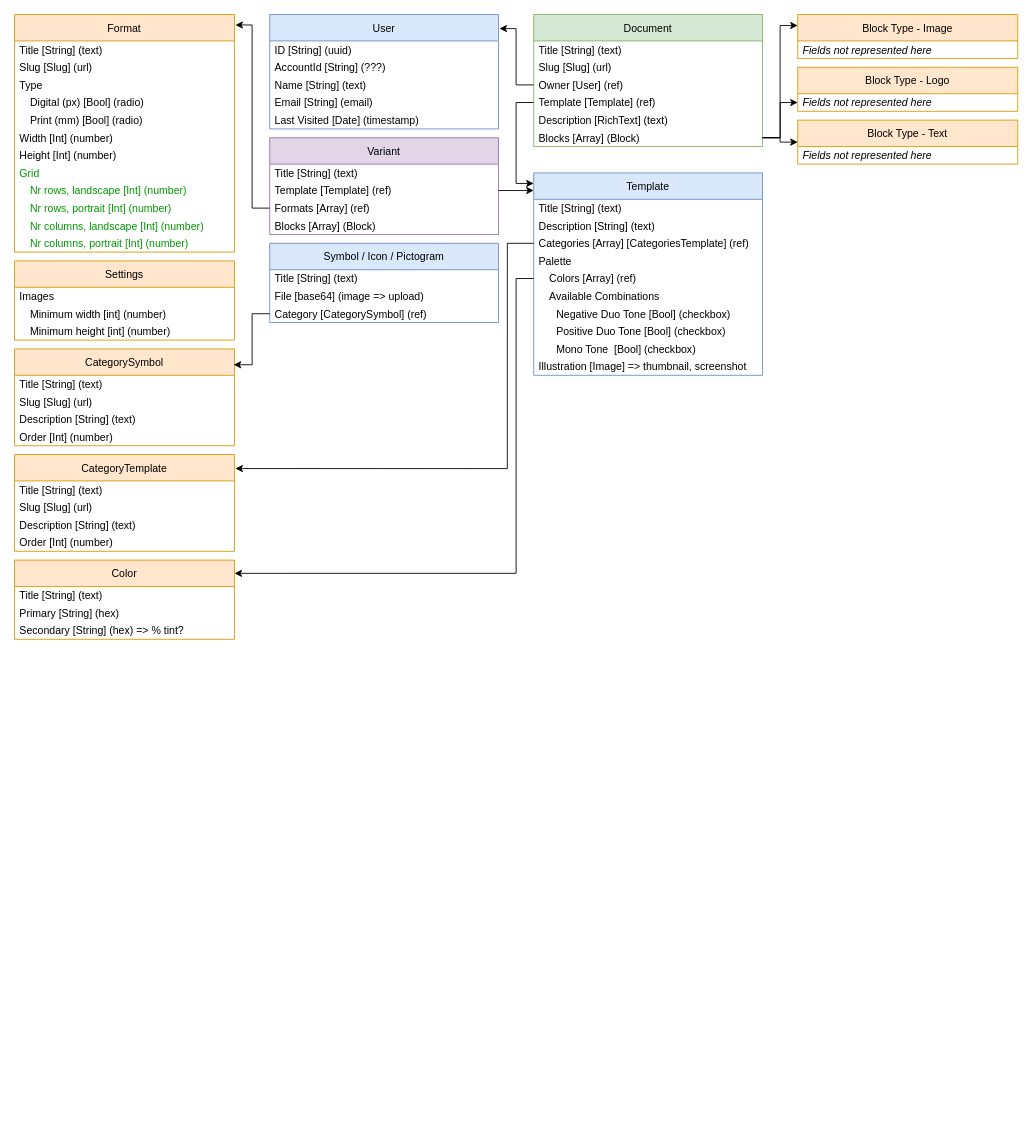
dreamyguy/drawio keeps this draw.io diagram as root/DesignmaskinCurrent2.drawio. Above is the earlier version. Source tidied: cells renumbered, new cells numbered last; positions are measured from the earlier drawing's top-left corner, leaving out a move shared by most shapes. Both pictures are drawn from the tidied source at 88%, with x=0, y=0 at pixel (14, 14).
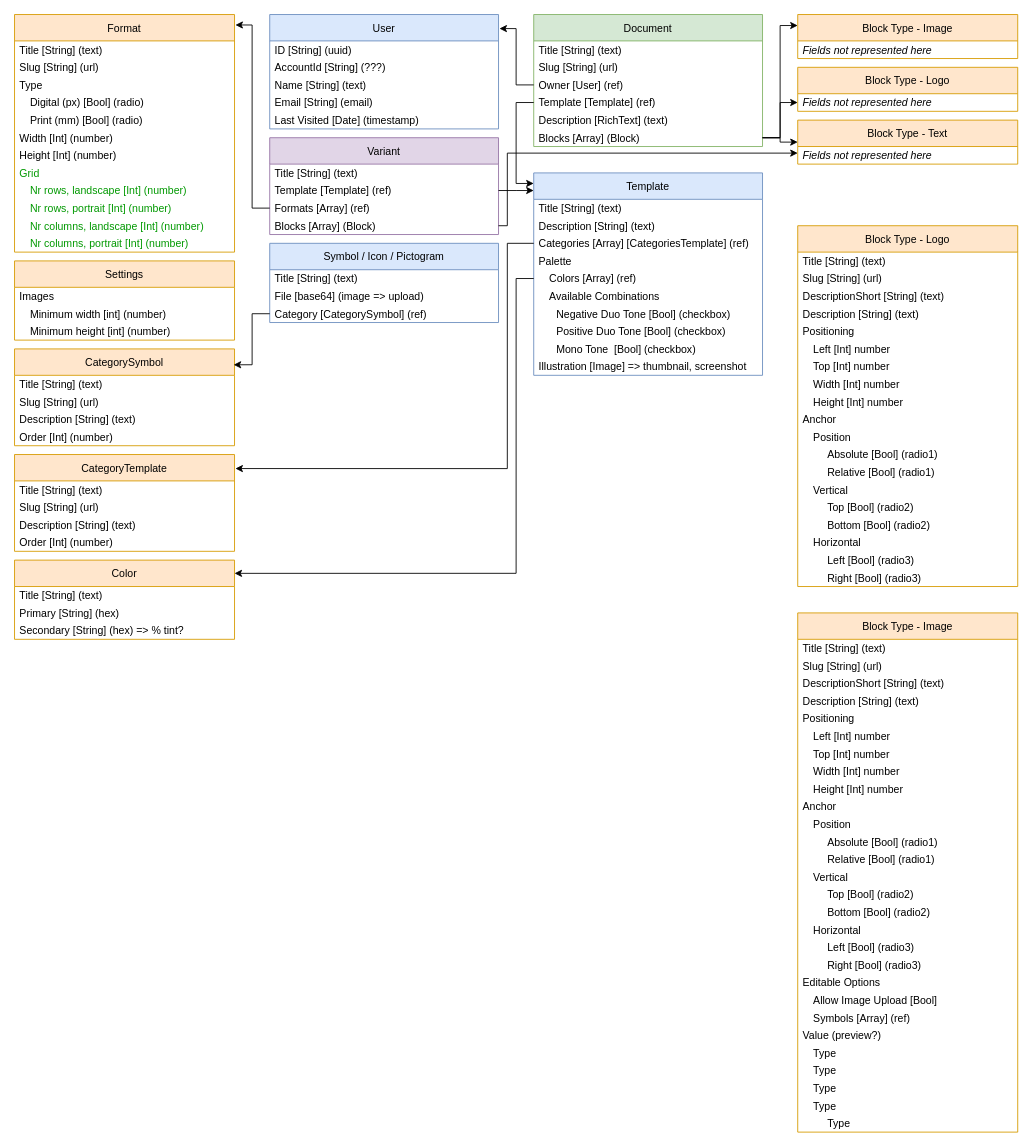
The same page after the edit.

Unchanged cells that the change refers to:
```xml
<mxCell id="2" value="Format" style="swimlane;fontStyle=0;horizontal=1;startSize=30;strokeColor=#d79b00;fillColor=#ffe6cc;" parent="1" vertex="1">
  <mxGeometry width="250" height="270" as="geometry" />
</mxCell>
<mxCell id="26" value="Document" style="swimlane;fontStyle=0;horizontal=1;startSize=30;fillColor=#d5e8d4;strokeColor=#82b366;" parent="1" vertex="1">
  <mxGeometry x="590" width="260" height="150" as="geometry" />
</mxCell>
<mxCell id="49" value="CategoryTemplate" style="swimlane;fontStyle=0;horizontal=1;startSize=30;fillColor=#ffe6cc;strokeColor=#d79b00;" parent="1" vertex="1">
  <mxGeometry y="500" width="250" height="110" as="geometry" />
</mxCell>
<mxCell id="54" value="CategorySymbol" style="swimlane;fontStyle=0;horizontal=1;startSize=30;fillColor=#ffe6cc;strokeColor=#d79b00;" parent="1" vertex="1">
  <mxGeometry y="380" width="250" height="110" as="geometry" />
</mxCell>
<mxCell id="69" value="Blocks [Array] (Block)" style="text;strokeColor=none;fillColor=none;align=left;verticalAlign=middle;spacingLeft=4;spacingRight=4;overflow=hidden;points=[[0,0.5],[1,0.5]];portConstraint=eastwest;" parent="65" vertex="1">
  <mxGeometry y="90" width="260" height="20" as="geometry" />
</mxCell>
<mxCell id="75" value="Block Type - Text" style="swimlane;fontStyle=0;horizontal=1;startSize=30;fillColor=#ffe6cc;strokeColor=#d79b00;" parent="1" vertex="1">
  <mxGeometry x="890" y="120" width="250" height="50" as="geometry" />
</mxCell>
```

Diff of the diagram source:
```diff
@@
-    <mxCell id="4" value="Slug [Slug] (url)" style="text;strokeColor=none;fillColor=none;align=left;verticalAlign=middle;spacingLeft=4;spacingRight=4;overflow=hidden;" parent="2" vertex="1">
+    <mxCell id="4" value="Slug [String] (url)" style="text;strokeColor=none;fillColor=none;align=left;verticalAlign=middle;spacingLeft=4;spacingRight=4;overflow=hidden;" parent="2" vertex="1">
       <mxGeometry y="50" width="250" height="20" as="geometry" />
     </mxCell>
@@
-    <mxCell id="28" value="Slug [Slug] (url)" style="text;strokeColor=none;fillColor=none;align=left;verticalAlign=middle;spacingLeft=4;spacingRight=4;overflow=hidden;spacing=2;" parent="26" vertex="1">
+    <mxCell id="28" value="Slug [String] (url)" style="text;strokeColor=none;fillColor=none;align=left;verticalAlign=middle;spacingLeft=4;spacingRight=4;overflow=hidden;spacing=2;" parent="26" vertex="1">
       <mxGeometry y="50" width="260" height="20" as="geometry" />
     </mxCell>
@@
-    <mxCell id="51" value="Slug [Slug] (url)" style="text;strokeColor=none;fillColor=none;align=left;verticalAlign=middle;spacingLeft=4;spacingRight=4;overflow=hidden;" parent="49" vertex="1">
+    <mxCell id="51" value="Slug [String] (url)" style="text;strokeColor=none;fillColor=none;align=left;verticalAlign=middle;spacingLeft=4;spacingRight=4;overflow=hidden;" parent="49" vertex="1">
       <mxGeometry y="50" width="250" height="20" as="geometry" />
     </mxCell>
@@
-    <mxCell id="56" value="Slug [Slug] (url)" style="text;strokeColor=none;fillColor=none;align=left;verticalAlign=middle;spacingLeft=4;spacingRight=4;overflow=hidden;" parent="54" vertex="1">
+    <mxCell id="56" value="Slug [String] (url)" style="text;strokeColor=none;fillColor=none;align=left;verticalAlign=middle;spacingLeft=4;spacingRight=4;overflow=hidden;" parent="54" vertex="1">
       <mxGeometry y="50" width="250" height="20" as="geometry" />
     </mxCell>
@@
+    <mxCell id="82" style="edgeStyle=orthogonalEdgeStyle;rounded=0;jettySize=auto;html=1;exitX=1;exitY=0.5;exitDx=0;exitDy=0;entryX=0;entryY=0.75;entryDx=0;entryDy=0;fontColor=#009900;endArrow=classic;endFill=1;" parent="1" edge="1" source="69" target="75">
+      <mxGeometry relative="1" as="geometry">
+        <Array as="points">
+          <mxPoint x="560" y="240" />
+          <mxPoint x="560" y="158" />
+        </Array>
+      </mxGeometry>
+    </mxCell>
+    <mxCell id="83" value="Block Type - Logo" style="swimlane;fontStyle=0;horizontal=1;startSize=30;fillColor=#ffe6cc;strokeColor=#d79b00;" parent="1" vertex="1">
+      <mxGeometry x="890" y="240" width="250" height="410" as="geometry" />
+    </mxCell>
+    <mxCell id="84" value="Title [String] (text)" style="text;strokeColor=none;fillColor=none;align=left;verticalAlign=middle;spacingLeft=4;spacingRight=4;overflow=hidden;spacing=2;" parent="83" vertex="1">
+      <mxGeometry y="30" width="250" height="20" as="geometry" />
+    </mxCell>
+    <mxCell id="85" value="Slug [String] (url)" style="text;strokeColor=none;fillColor=none;align=left;verticalAlign=middle;spacingLeft=4;spacingRight=4;overflow=hidden;" parent="83" vertex="1">
+      <mxGeometry y="50" width="250" height="20" as="geometry" />
+    </mxCell>
+    <mxCell id="86" value="DescriptionShort [String] (text)" style="text;strokeColor=none;fillColor=none;align=left;verticalAlign=middle;spacingLeft=4;spacingRight=4;overflow=hidden;" parent="83" vertex="1">
+      <mxGeometry y="70" width="250" height="20" as="geometry" />
+    </mxCell>
+    <mxCell id="87" value="Description [String] (text)" style="text;strokeColor=none;fillColor=none;align=left;verticalAlign=middle;spacingLeft=4;spacingRight=4;overflow=hidden;" parent="83" vertex="1">
+      <mxGeometry y="90" width="250" height="20" as="geometry" />
+    </mxCell>
+    <mxCell id="88" value="Positioning" style="text;strokeColor=none;fillColor=none;align=left;verticalAlign=middle;spacingLeft=4;spacingRight=4;overflow=hidden;" parent="83" vertex="1">
+      <mxGeometry y="110" width="250" height="20" as="geometry" />
+    </mxCell>
+    <mxCell id="89" value="Left [Int] number" style="text;strokeColor=none;fillColor=none;align=left;verticalAlign=middle;spacingLeft=16;spacingRight=4;overflow=hidden;" parent="83" vertex="1">
+      <mxGeometry y="130" width="250" height="20" as="geometry" />
+    </mxCell>
+    <mxCell id="90" value="Top [Int] number" style="text;strokeColor=none;fillColor=none;align=left;verticalAlign=middle;spacingLeft=16;spacingRight=4;overflow=hidden;" parent="83" vertex="1">
+      <mxGeometry y="150" width="250" height="20" as="geometry" />
+    </mxCell>
+    <mxCell id="91" value="Width [Int] number" style="text;strokeColor=none;fillColor=none;align=left;verticalAlign=middle;spacingLeft=16;spacingRight=4;overflow=hidden;" parent="83" vertex="1">
+      <mxGeometry y="170" width="250" height="20" as="geometry" />
+    </mxCell>
+    <mxCell id="92" value="Height [Int] number" style="text;strokeColor=none;fillColor=none;align=left;verticalAlign=middle;spacingLeft=16;spacingRight=4;overflow=hidden;" parent="83" vertex="1">
+      <mxGeometry y="190" width="250" height="20" as="geometry" />
+    </mxCell>
+    <mxCell id="93" value="Anchor" style="text;strokeColor=none;fillColor=none;align=left;verticalAlign=middle;spacingLeft=4;spacingRight=4;overflow=hidden;" parent="83" vertex="1">
+      <mxGeometry y="210" width="250" height="20" as="geometry" />
+    </mxCell>
+    <mxCell id="94" value="Position" style="text;strokeColor=none;fillColor=none;align=left;verticalAlign=middle;spacingLeft=16;spacingRight=4;overflow=hidden;" parent="83" vertex="1">
+      <mxGeometry y="230" width="250" height="20" as="geometry" />
+    </mxCell>
+    <mxCell id="95" value="Absolute [Bool] (radio1)" style="text;strokeColor=none;fillColor=none;align=left;verticalAlign=middle;spacingLeft=32;spacingRight=4;overflow=hidden;" parent="83" vertex="1">
+      <mxGeometry y="250" width="250" height="20" as="geometry" />
+    </mxCell>
+    <mxCell id="96" value="Relative [Bool] (radio1)" style="text;strokeColor=none;fillColor=none;align=left;verticalAlign=middle;spacingLeft=32;spacingRight=4;overflow=hidden;" parent="83" vertex="1">
+      <mxGeometry y="270" width="250" height="20" as="geometry" />
+    </mxCell>
+    <mxCell id="97" value="Vertical" style="text;strokeColor=none;fillColor=none;align=left;verticalAlign=middle;spacingLeft=16;spacingRight=4;overflow=hidden;" parent="83" vertex="1">
+      <mxGeometry y="290" width="250" height="20" as="geometry" />
+    </mxCell>
+    <mxCell id="98" value="Top [Bool] (radio2)" style="text;strokeColor=none;fillColor=none;align=left;verticalAlign=middle;spacingLeft=32;spacingRight=4;overflow=hidden;" parent="83" vertex="1">
+      <mxGeometry y="310" width="250" height="20" as="geometry" />
+    </mxCell>
+    <mxCell id="99" value="Bottom [Bool] (radio2)" style="text;strokeColor=none;fillColor=none;align=left;verticalAlign=middle;spacingLeft=32;spacingRight=4;overflow=hidden;" parent="83" vertex="1">
+      <mxGeometry y="330" width="250" height="20" as="geometry" />
+    </mxCell>
+    <mxCell id="100" value="Horizontal" style="text;strokeColor=none;fillColor=none;align=left;verticalAlign=middle;spacingLeft=16;spacingRight=4;overflow=hidden;" parent="83" vertex="1">
+      <mxGeometry y="350" width="250" height="20" as="geometry" />
+    </mxCell>
+    <mxCell id="101" value="Left [Bool] (radio3)" style="text;strokeColor=none;fillColor=none;align=left;verticalAlign=middle;spacingLeft=32;spacingRight=4;overflow=hidden;" parent="83" vertex="1">
+      <mxGeometry y="370" width="250" height="20" as="geometry" />
+    </mxCell>
+    <mxCell id="102" value="Right [Bool] (radio3)" style="text;strokeColor=none;fillColor=none;align=left;verticalAlign=middle;spacingLeft=32;spacingRight=4;overflow=hidden;" parent="83" vertex="1">
+      <mxGeometry y="390" width="250" height="20" as="geometry" />
+    </mxCell>
+    <mxCell id="103" value="Block Type - Image" style="swimlane;fontStyle=0;horizontal=1;startSize=30;fillColor=#ffe6cc;strokeColor=#d79b00;" parent="1" vertex="1">
+      <mxGeometry x="890" y="680" width="250" height="590" as="geometry" />
+    </mxCell>
+    <mxCell id="104" value="Title [String] (text)" style="text;strokeColor=none;fillColor=none;align=left;verticalAlign=middle;spacingLeft=4;spacingRight=4;overflow=hidden;spacing=2;" parent="103" vertex="1">
+      <mxGeometry y="30" width="250" height="20" as="geometry" />
+    </mxCell>
+    <mxCell id="105" value="Slug [String] (url)" style="text;strokeColor=none;fillColor=none;align=left;verticalAlign=middle;spacingLeft=4;spacingRight=4;overflow=hidden;" parent="103" vertex="1">
+      <mxGeometry y="50" width="250" height="20" as="geometry" />
+    </mxCell>
+    <mxCell id="106" value="DescriptionShort [String] (text)" style="text;strokeColor=none;fillColor=none;align=left;verticalAlign=middle;spacingLeft=4;spacingRight=4;overflow=hidden;" parent="103" vertex="1">
+      <mxGeometry y="70" width="250" height="20" as="geometry" />
+    </mxCell>
+    <mxCell id="107" value="Description [String] (text)" style="text;strokeColor=none;fillColor=none;align=left;verticalAlign=middle;spacingLeft=4;spacingRight=4;overflow=hidden;" parent="103" vertex="1">
+      <mxGeometry y="90" width="250" height="20" as="geometry" />
+    </mxCell>
+    <mxCell id="108" value="Positioning" style="text;strokeColor=none;fillColor=none;align=left;verticalAlign=middle;spacingLeft=4;spacingRight=4;overflow=hidden;" parent="103" vertex="1">
+      <mxGeometry y="110" width="250" height="20" as="geometry" />
+    </mxCell>
+    <mxCell id="109" value="Left [Int] number" style="text;strokeColor=none;fillColor=none;align=left;verticalAlign=middle;spacingLeft=16;spacingRight=4;overflow=hidden;" parent="103" vertex="1">
+      <mxGeometry y="130" width="250" height="20" as="geometry" />
+    </mxCell>
+    <mxCell id="110" value="Top [Int] number" style="text;strokeColor=none;fillColor=none;align=left;verticalAlign=middle;spacingLeft=16;spacingRight=4;overflow=hidden;" parent="103" vertex="1">
+      <mxGeometry y="150" width="250" height="20" as="geometry" />
+    </mxCell>
+    <mxCell id="111" value="Width [Int] number" style="text;strokeColor=none;fillColor=none;align=left;verticalAlign=middle;spacingLeft=16;spacingRight=4;overflow=hidden;" parent="103" vertex="1">
+      <mxGeometry y="170" width="250" height="20" as="geometry" />
+    </mxCell>
+    <mxCell id="112" value="Height [Int] number" style="text;strokeColor=none;fillColor=none;align=left;verticalAlign=middle;spacingLeft=16;spacingRight=4;overflow=hidden;" parent="103" vertex="1">
+      <mxGeometry y="190" width="250" height="20" as="geometry" />
+    </mxCell>
+    <mxCell id="113" value="Anchor" style="text;strokeColor=none;fillColor=none;align=left;verticalAlign=middle;spacingLeft=4;spacingRight=4;overflow=hidden;" parent="103" vertex="1">
+      <mxGeometry y="210" width="250" height="20" as="geometry" />
+    </mxCell>
+    <mxCell id="114" value="Position" style="text;strokeColor=none;fillColor=none;align=left;verticalAlign=middle;spacingLeft=16;spacingRight=4;overflow=hidden;" parent="103" vertex="1">
+      <mxGeometry y="230" width="250" height="20" as="geometry" />
+    </mxCell>
+    <mxCell id="115" value="Absolute [Bool] (radio1)" style="text;strokeColor=none;fillColor=none;align=left;verticalAlign=middle;spacingLeft=32;spacingRight=4;overflow=hidden;" parent="103" vertex="1">
+      <mxGeometry y="250" width="250" height="20" as="geometry" />
+    </mxCell>
+    <mxCell id="116" value="Relative [Bool] (radio1)" style="text;strokeColor=none;fillColor=none;align=left;verticalAlign=middle;spacingLeft=32;spacingRight=4;overflow=hidden;" parent="103" vertex="1">
+      <mxGeometry y="270" width="250" height="20" as="geometry" />
+    </mxCell>
+    <mxCell id="117" value="Vertical" style="text;strokeColor=none;fillColor=none;align=left;verticalAlign=middle;spacingLeft=16;spacingRight=4;overflow=hidden;" parent="103" vertex="1">
+      <mxGeometry y="290" width="250" height="20" as="geometry" />
+    </mxCell>
+    <mxCell id="118" value="Top [Bool] (radio2)" style="text;strokeColor=none;fillColor=none;align=left;verticalAlign=middle;spacingLeft=32;spacingRight=4;overflow=hidden;" parent="103" vertex="1">
+      <mxGeometry y="310" width="250" height="20" as="geometry" />
+    </mxCell>
+    <mxCell id="119" value="Bottom [Bool] (radio2)" style="text;strokeColor=none;fillColor=none;align=left;verticalAlign=middle;spacingLeft=32;spacingRight=4;overflow=hidden;" parent="103" vertex="1">
+      <mxGeometry y="330" width="250" height="20" as="geometry" />
+    </mxCell>
+    <mxCell id="120" value="Horizontal" style="text;strokeColor=none;fillColor=none;align=left;verticalAlign=middle;spacingLeft=16;spacingRight=4;overflow=hidden;" parent="103" vertex="1">
+      <mxGeometry y="350" width="250" height="20" as="geometry" />
+    </mxCell>
+    <mxCell id="121" value="Left [Bool] (radio3)" style="text;strokeColor=none;fillColor=none;align=left;verticalAlign=middle;spacingLeft=32;spacingRight=4;overflow=hidden;" parent="103" vertex="1">
+      <mxGeometry y="370" width="250" height="20" as="geometry" />
+    </mxCell>
+    <mxCell id="122" value="Right [Bool] (radio3)" style="text;strokeColor=none;fillColor=none;align=left;verticalAlign=middle;spacingLeft=32;spacingRight=4;overflow=hidden;" parent="103" vertex="1">
+      <mxGeometry y="390" width="250" height="20" as="geometry" />
+    </mxCell>
+    <mxCell id="123" value="Editable Options" style="text;strokeColor=none;fillColor=none;align=left;verticalAlign=middle;spacingLeft=4;spacingRight=4;overflow=hidden;" parent="103" vertex="1">
+      <mxGeometry y="410" width="250" height="20" as="geometry" />
+    </mxCell>
+    <mxCell id="124" value="Allow Image Upload [Bool]" style="text;strokeColor=none;fillColor=none;align=left;verticalAlign=middle;spacingLeft=16;spacingRight=4;overflow=hidden;" parent="103" vertex="1">
+      <mxGeometry y="430" width="250" height="20" as="geometry" />
+    </mxCell>
+    <mxCell id="125" value="Symbols [Array] (ref)" style="text;strokeColor=none;fillColor=none;align=left;verticalAlign=middle;spacingLeft=16;spacingRight=4;overflow=hidden;" parent="103" vertex="1">
+      <mxGeometry y="450" width="250" height="20" as="geometry" />
+    </mxCell>
+    <mxCell id="126" value="Value (preview?)" style="text;strokeColor=none;fillColor=none;align=left;verticalAlign=middle;spacingLeft=4;spacingRight=4;overflow=hidden;" parent="103" vertex="1">
+      <mxGeometry y="470" width="250" height="20" as="geometry" />
+    </mxCell>
+    <mxCell id="127" value="Type" style="text;strokeColor=none;fillColor=none;align=left;verticalAlign=middle;spacingLeft=16;spacingRight=4;overflow=hidden;" parent="103" vertex="1">
+      <mxGeometry y="490" width="250" height="20" as="geometry" />
+    </mxCell>
+    <mxCell id="128" value="Type" style="text;strokeColor=none;fillColor=none;align=left;verticalAlign=middle;spacingLeft=16;spacingRight=4;overflow=hidden;" parent="103" vertex="1">
+      <mxGeometry y="510" width="250" height="20" as="geometry" />
+    </mxCell>
+    <mxCell id="129" value="Type" style="text;strokeColor=none;fillColor=none;align=left;verticalAlign=middle;spacingLeft=16;spacingRight=4;overflow=hidden;" parent="103" vertex="1">
+      <mxGeometry y="530" width="250" height="20" as="geometry" />
+    </mxCell>
+    <mxCell id="130" value="Type" style="text;strokeColor=none;fillColor=none;align=left;verticalAlign=middle;spacingLeft=16;spacingRight=4;overflow=hidden;" parent="103" vertex="1">
+      <mxGeometry y="550" width="250" height="20" as="geometry" />
+    </mxCell>
+    <mxCell id="131" value="Type" style="text;strokeColor=none;fillColor=none;align=left;verticalAlign=middle;spacingLeft=32;spacingRight=4;overflow=hidden;" parent="103" vertex="1">
+      <mxGeometry y="570" width="250" height="20" as="geometry" />
+    </mxCell>
```
